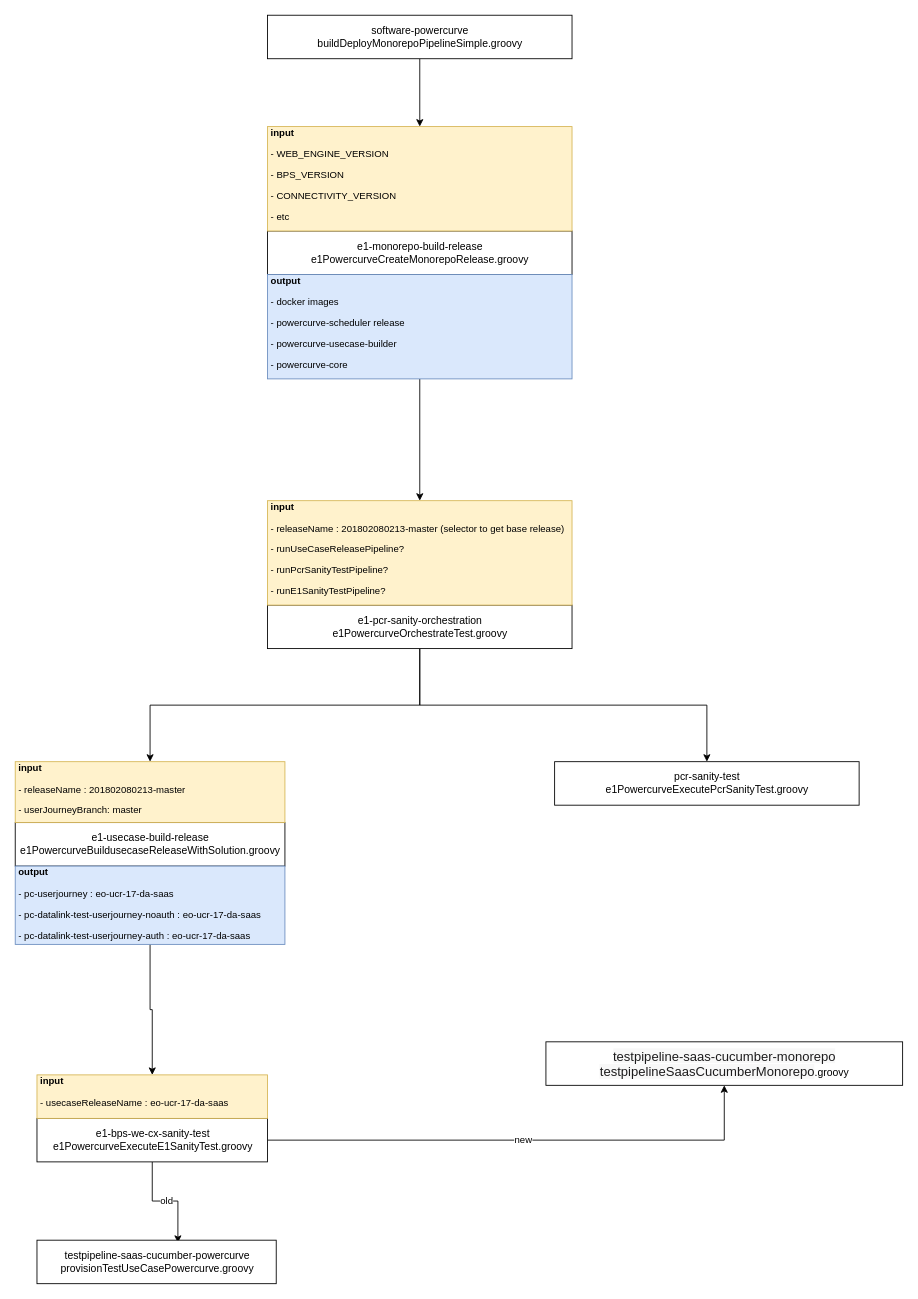
Earlier version of the draw.io diagram page "Page-1" (1 of 2) of e1-flows.drawio (cjjian/Diagram). Source tidied: cells renumbered, new cells numbered last; positions are measured from the earlier drawing's top-left corner, leaving out a move shared by most shapes. Both pictures are drawn from the tidied source at 87%, with x=0, y=0 at pixel (15, 15).
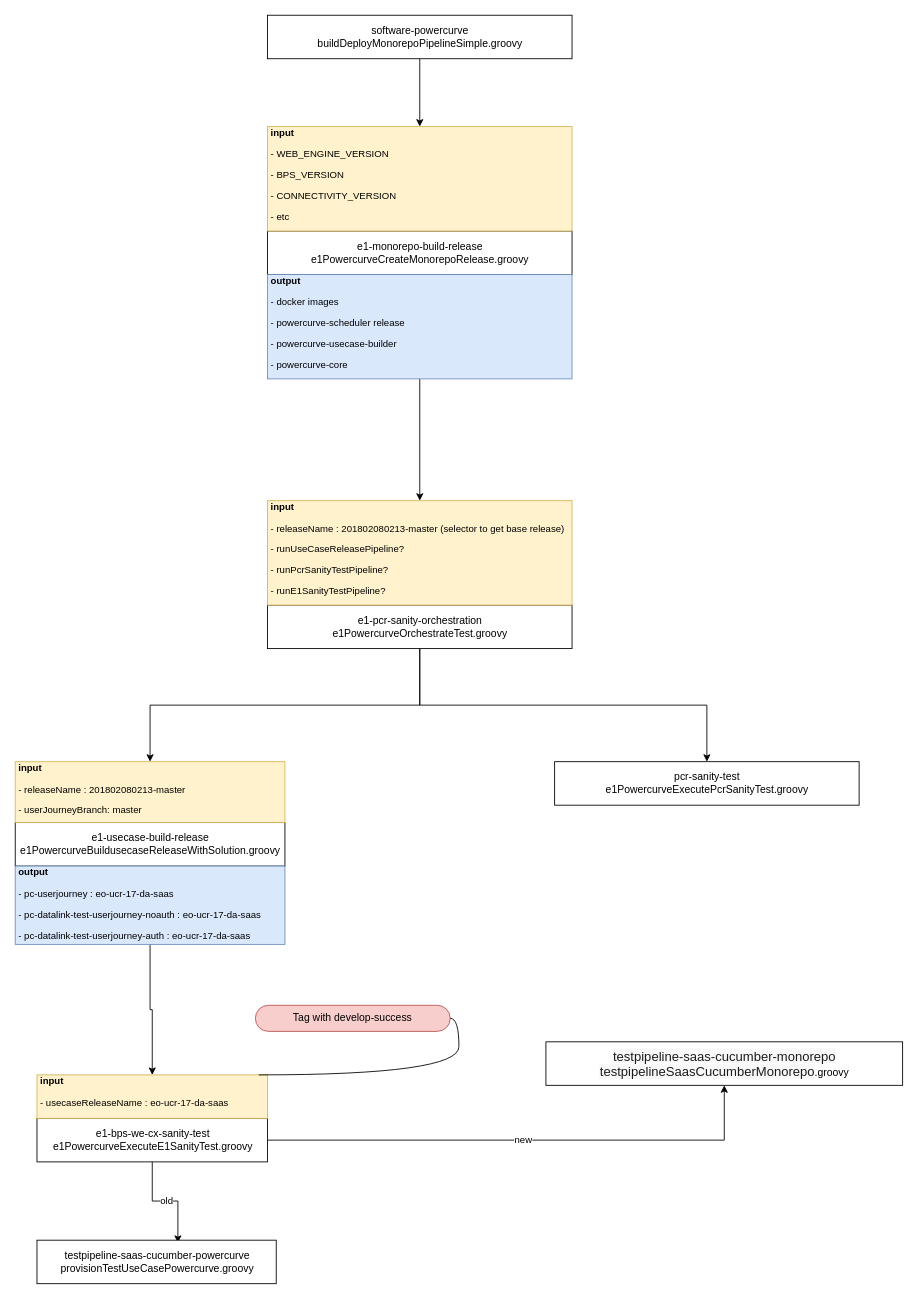
Above is the later version.

Change to the diagram source:
```diff
@@
+    <mxCell id="23" value="Tag with develop-success" style="whiteSpace=wrap;html=1;rounded=1;arcSize=50;align=center;verticalAlign=middle;strokeWidth=1;spacing=4;fillColor=#f8cecc;strokeColor=#b85450;" parent="1" vertex="1">
+      <mxGeometry x="276" y="1138" width="224" height="30" as="geometry" />
+    </mxCell>
+    <mxCell id="24" style="edgeStyle=entityRelationEdgeStyle;startArrow=none;endArrow=none;segment=10;curved=1;" parent="1" edge="1" target="23">
+      <mxGeometry relative="1" as="geometry">
+        <mxPoint x="280" y="1218" as="sourcePoint" />
+      </mxGeometry>
+    </mxCell>
```
